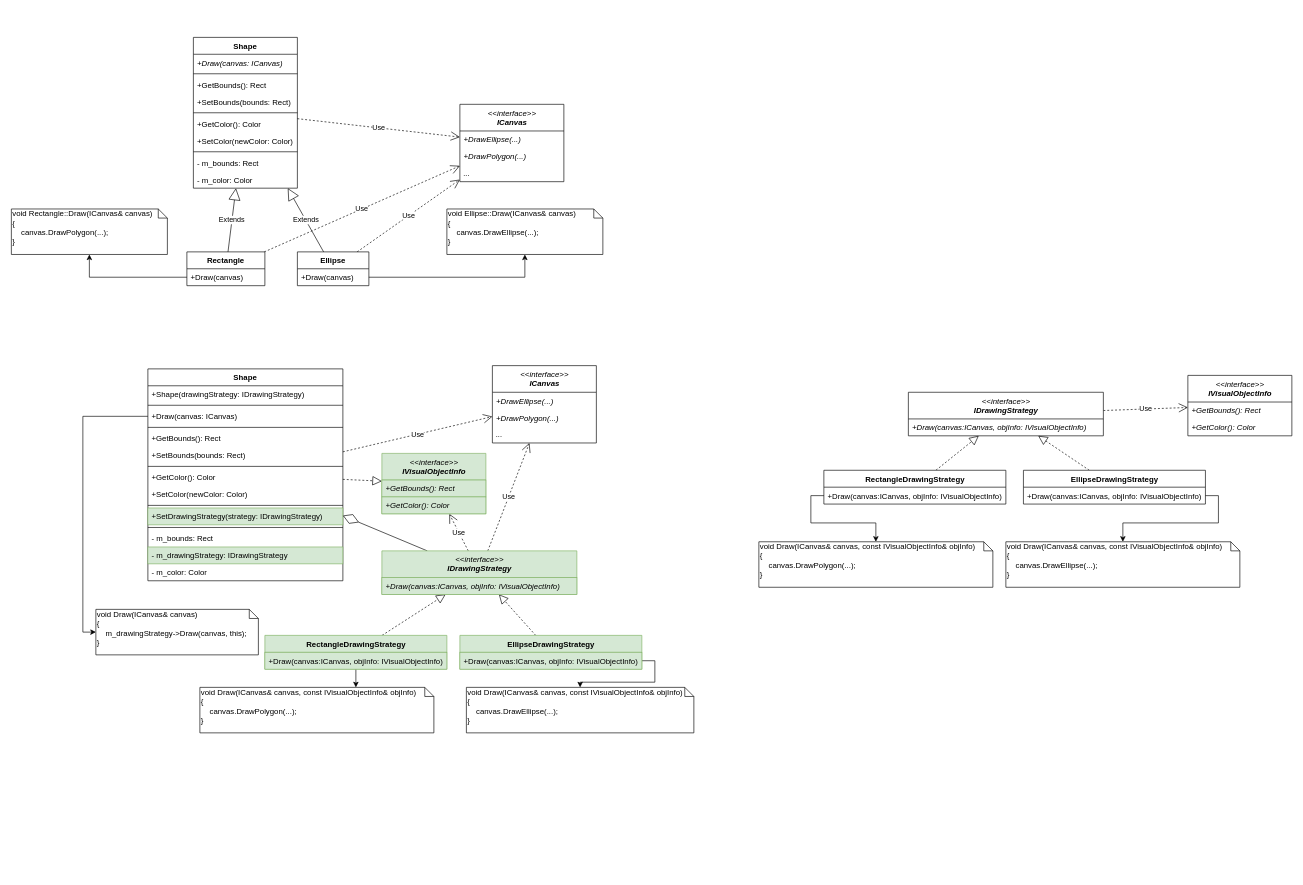
This is lectures/01.strategy/shapes.drawio from alexey-malov/ood, a draw.io file, before an edit. Source tidied: cells renumbered, new cells numbered last; positions are measured from the earlier drawing's top-left corner, leaving out a move shared by most shapes. Both pictures are drawn from the tidied source at 65%, with x=0, y=0 at pixel (11, 37).
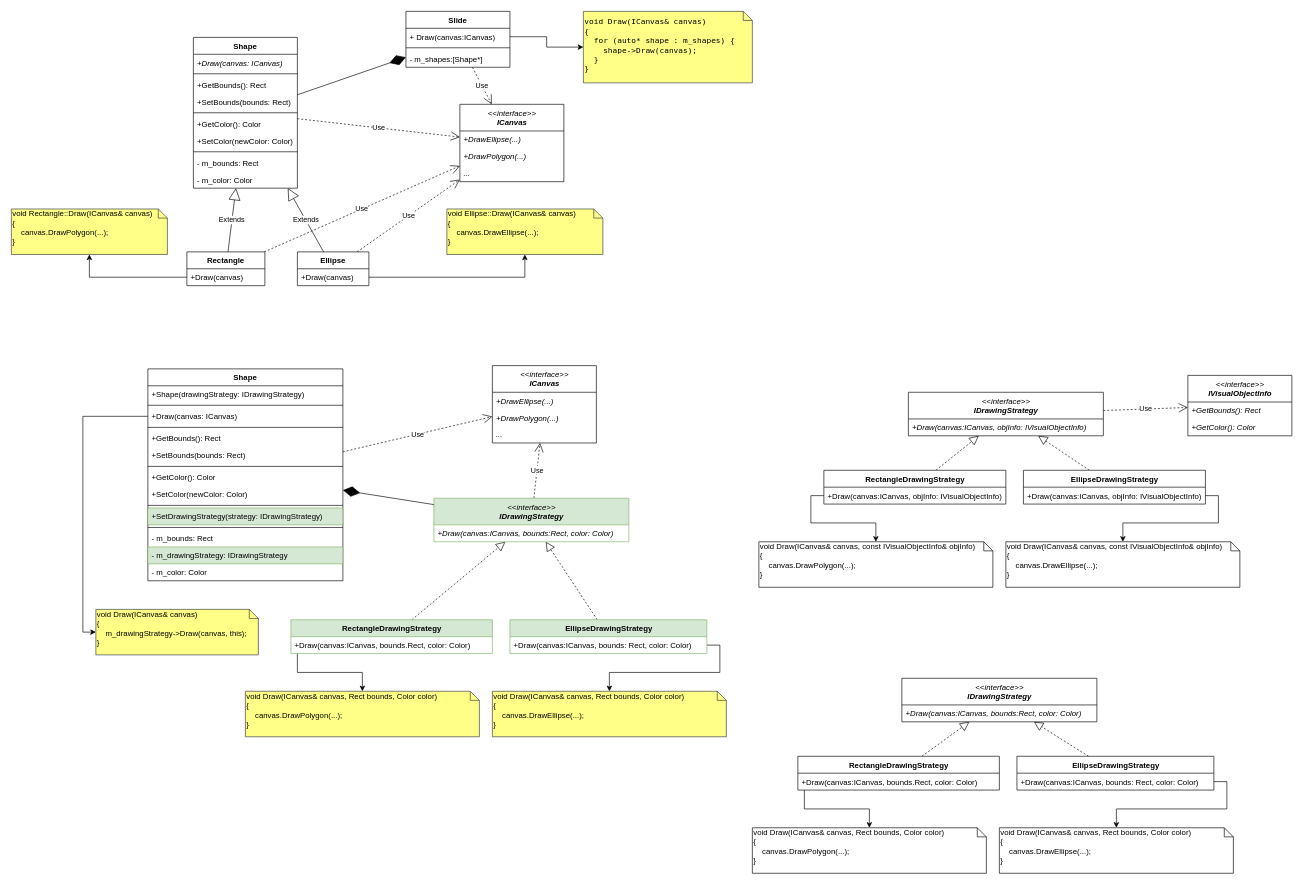
After the change.

Unchanged cells that the change refers to:
```xml
<mxCell id="11" value="Shape" style="swimlane;fontStyle=1;align=center;verticalAlign=top;horizontal=1;startSize=26;" parent="1" vertex="1">
  <mxGeometry x="210" y="510" width="300" height="326" as="geometry" />
</mxCell>
<mxCell id="28" value="&lt;i&gt;&lt;span style=&quot;font-weight: normal&quot;&gt;&amp;lt;&amp;lt;interface&amp;gt;&amp;gt;&lt;/span&gt;&lt;br&gt;ICanvas&lt;/i&gt;" style="swimlane;fontStyle=1;align=center;verticalAlign=top;horizontal=1;startSize=41;html=1;" parent="1" vertex="1">
  <mxGeometry x="690" y="103" width="160" height="119" as="geometry" />
</mxCell>
<mxCell id="32" value="Shape" style="swimlane;fontStyle=1;align=center;verticalAlign=top;horizontal=1;startSize=26;" parent="1" vertex="1">
  <mxGeometry x="280" width="160" height="232" as="geometry" />
</mxCell>
```

Diff of the diagram source:
```diff
@@
-    <mxCell id="7" value="void Ellipse::Draw(ICanvas&amp;amp; canvas)&lt;br&gt;{&lt;br&gt;&amp;nbsp; &amp;nbsp; canvas.DrawEllipse(...);&lt;br&gt;}" style="shape=note;whiteSpace=wrap;html=1;size=14;verticalAlign=top;align=left;spacingTop=-6;" parent="1" vertex="1">
+    <mxCell id="7" value="void Ellipse::Draw(ICanvas&amp;amp; canvas)&lt;br&gt;{&lt;br&gt;&amp;nbsp; &amp;nbsp; canvas.DrawEllipse(...);&lt;br&gt;}" style="shape=note;whiteSpace=wrap;html=1;size=14;verticalAlign=top;align=left;spacingTop=-6;fillColor=#ffff88;strokeColor=#36393d;" parent="1" vertex="1">
       <mxGeometry x="670" y="264" width="240" height="70" as="geometry" />
     </mxCell>
-    <mxCell id="8" value="void Rectangle::Draw(ICanvas&amp;amp; canvas)&lt;br&gt;{&lt;br&gt;&amp;nbsp; &amp;nbsp; canvas.DrawPolygon(...);&lt;br&gt;}" style="shape=note;whiteSpace=wrap;html=1;size=14;verticalAlign=top;align=left;spacingTop=-6;" parent="1" vertex="1">
+    <mxCell id="8" value="void Rectangle::Draw(ICanvas&amp;amp; canvas)&lt;br&gt;{&lt;br&gt;&amp;nbsp; &amp;nbsp; canvas.DrawPolygon(...);&lt;br&gt;}" style="shape=note;whiteSpace=wrap;html=1;size=14;verticalAlign=top;align=left;spacingTop=-6;fillColor=#ffff88;strokeColor=#36393d;" parent="1" vertex="1">
       <mxGeometry y="264" width="240" height="70" as="geometry" />
     </mxCell>
@@
-    <mxCell id="10" style="endArrow=block;dashed=1;endFill=0;endSize=12;html=1;" parent="1" edge="1" source="11" target="77">
-      <mxGeometry relative="1" as="geometry" />
-    </mxCell>
@@
-    <mxCell id="27" style="endArrow=diamondThin;endFill=0;endSize=24;html=1;" parent="1" edge="1" source="75" target="11">
-      <mxGeometry relative="1" as="geometry" />
-    </mxCell>
@@
-    <mxCell id="43" style="endArrow=block;dashed=1;endFill=0;endSize=12;html=1;" parent="1" edge="1" source="80" target="75">
-      <mxGeometry relative="1" as="geometry" />
-    </mxCell>
-    <mxCell id="44" style="endArrow=block;dashed=1;endFill=0;endSize=12;html=1;" parent="1" edge="1" source="82" target="75">
-      <mxGeometry relative="1" as="geometry" />
-    </mxCell>
@@
-    <mxCell id="52" value="Use" style="endArrow=open;endSize=12;dashed=1;html=1;" parent="1" edge="1" source="75" target="77">
-      <mxGeometry relative="1" as="geometry" />
-    </mxCell>
-    <mxCell id="53" value="void Draw(ICanvas&amp;amp; canvas, const IVisualObjectInfo&amp;amp; objInfo)&lt;br&gt;{&lt;br&gt;&amp;nbsp; &amp;nbsp; canvas.DrawPolygon(...);&lt;br&gt;}" style="shape=note;whiteSpace=wrap;html=1;size=14;verticalAlign=top;align=left;spacingTop=-6;" parent="1" vertex="1">
-      <mxGeometry x="290" y="1000" width="360" height="70" as="geometry" />
-    </mxCell>
-    <mxCell id="54" style="edgeStyle=orthogonalEdgeStyle;rounded=0;jettySize=auto;html=1;" parent="1" edge="1" source="81" target="53">
-      <mxGeometry relative="1" as="geometry">
-        <Array as="points">
-          <mxPoint x="470" y="969" />
-          <mxPoint x="470" y="1011" />
-          <mxPoint x="570" y="1011" />
-        </Array>
-      </mxGeometry>
-    </mxCell>
-    <mxCell id="55" value="void Draw(ICanvas&amp;amp; canvas, const IVisualObjectInfo&amp;amp; objInfo)&lt;br&gt;{&lt;br&gt;&amp;nbsp; &amp;nbsp; canvas.DrawEllipse(...);&lt;br&gt;}" style="shape=note;whiteSpace=wrap;html=1;size=14;verticalAlign=top;align=left;spacingTop=-6;" parent="1" vertex="1">
-      <mxGeometry x="700" y="1000" width="350" height="70" as="geometry" />
-    </mxCell>
-    <mxCell id="56" style="edgeStyle=orthogonalEdgeStyle;rounded=0;jettySize=auto;html=1;" parent="1" edge="1" source="83" target="55">
-      <mxGeometry relative="1" as="geometry" />
-    </mxCell>
@@
-    <mxCell id="58" value="void Draw(ICanvas&amp;amp; canvas)&lt;br&gt;{&lt;br&gt;&amp;nbsp; &amp;nbsp; m_drawingStrategy-&amp;gt;Draw(canvas, this);&lt;br&gt;}" style="shape=note;whiteSpace=wrap;html=1;size=14;verticalAlign=top;align=left;spacingTop=-6;" parent="1" vertex="1">
+    <mxCell id="58" value="void Draw(ICanvas&amp;amp; canvas)&lt;br&gt;{&lt;br&gt;&amp;nbsp; &amp;nbsp; m_drawingStrategy-&amp;gt;Draw(canvas, this);&lt;br&gt;}" style="shape=note;whiteSpace=wrap;html=1;size=14;verticalAlign=top;align=left;spacingTop=-6;fillColor=#ffff88;strokeColor=#36393d;" parent="1" vertex="1">
       <mxGeometry x="130" y="880" width="250" height="70" as="geometry" />
     </mxCell>
@@
-    <mxCell id="75" value="&lt;i&gt;&lt;span style=&quot;font-weight: normal&quot;&gt;&amp;lt;&amp;lt;interface&amp;gt;&amp;gt;&lt;/span&gt;&lt;br&gt;IDrawingStrategy&lt;/i&gt;" style="swimlane;fontStyle=1;align=center;verticalAlign=top;horizontal=1;startSize=41;html=1;fillColor=#d5e8d4;strokeColor=#82b366;" parent="1" vertex="1">
-      <mxGeometry x="570" y="790" width="300" height="67" as="geometry" />
-    </mxCell>
-    <mxCell id="76" value="+Draw(canvas:ICanvas, objInfo: IVisualObjectInfo)" style="text;strokeColor=#82b366;fillColor=#d5e8d4;align=left;verticalAlign=top;spacingLeft=4;spacingRight=4;overflow=hidden;fontStyle=2;" parent="75" vertex="1">
-      <mxGeometry y="41" width="300" height="26" as="geometry" />
-    </mxCell>
-    <mxCell id="77" value="&lt;i&gt;&lt;span style=&quot;font-weight: normal&quot;&gt;&amp;lt;&amp;lt;interface&amp;gt;&amp;gt;&lt;/span&gt;&lt;br&gt;IVisualObjectInfo&lt;/i&gt;" style="swimlane;fontStyle=1;align=center;verticalAlign=top;horizontal=1;startSize=41;html=1;fillColor=#d5e8d4;strokeColor=#82b366;" parent="1" vertex="1">
-      <mxGeometry x="570" y="640" width="160" height="93" as="geometry" />
-    </mxCell>
-    <mxCell id="78" value="+GetBounds(): Rect" style="text;strokeColor=#82b366;fillColor=#d5e8d4;align=left;verticalAlign=top;spacingLeft=4;spacingRight=4;overflow=hidden;fontStyle=2;" parent="77" vertex="1">
-      <mxGeometry y="41" width="160" height="26" as="geometry" />
-    </mxCell>
-    <mxCell id="79" value="+GetColor(): Color" style="text;strokeColor=#82b366;fillColor=#d5e8d4;align=left;verticalAlign=top;spacingLeft=4;spacingRight=4;overflow=hidden;fontStyle=2;" parent="77" vertex="1">
-      <mxGeometry y="67" width="160" height="26" as="geometry" />
-    </mxCell>
-    <mxCell id="80" value="RectangleDrawingStrategy" style="swimlane;fontStyle=1;align=center;verticalAlign=top;horizontal=1;startSize=26;html=1;fillColor=#d5e8d4;strokeColor=#82b366;" parent="1" vertex="1">
-      <mxGeometry x="390" y="920" width="280" height="52" as="geometry" />
-    </mxCell>
-    <mxCell id="81" value="+Draw(canvas:ICanvas, objInfo: IVisualObjectInfo)" style="text;strokeColor=#82b366;fillColor=#d5e8d4;align=left;verticalAlign=top;spacingLeft=4;spacingRight=4;overflow=hidden;points=[[0,0.5],[1,0.5]];portConstraint=eastwest;fontStyle=0;" parent="80" vertex="1">
-      <mxGeometry y="26" width="280" height="26" as="geometry" />
-    </mxCell>
-    <mxCell id="82" value="EllipseDrawingStrategy" style="swimlane;fontStyle=1;align=center;verticalAlign=top;horizontal=1;startSize=26;html=1;fillColor=#d5e8d4;strokeColor=#82b366;" parent="1" vertex="1">
-      <mxGeometry x="690" y="920" width="280" height="52" as="geometry" />
-    </mxCell>
-    <mxCell id="83" value="+Draw(canvas:ICanvas, objInfo: IVisualObjectInfo)" style="text;strokeColor=#82b366;fillColor=#d5e8d4;align=left;verticalAlign=top;spacingLeft=4;spacingRight=4;overflow=hidden;points=[[0,0.5],[1,0.5]];portConstraint=eastwest;fontStyle=0;" parent="82" vertex="1">
-      <mxGeometry y="26" width="280" height="26" as="geometry" />
-    </mxCell>
@@
+    <mxCell id="88" style="endArrow=block;dashed=1;endFill=0;endSize=12;html=1;" parent="1" edge="1" source="98" target="96">
+      <mxGeometry relative="1" as="geometry" />
+    </mxCell>
+    <mxCell id="89" style="endArrow=block;dashed=1;endFill=0;endSize=12;html=1;" parent="1" edge="1" source="94" target="96">
+      <mxGeometry relative="1" as="geometry" />
+    </mxCell>
+    <mxCell id="90" style="edgeStyle=orthogonalEdgeStyle;rounded=0;jettySize=auto;html=1;" parent="1" edge="1" source="95" target="93">
+      <mxGeometry relative="1" as="geometry" />
+    </mxCell>
+    <mxCell id="91" style="edgeStyle=orthogonalEdgeStyle;rounded=0;jettySize=auto;html=1;" parent="1" edge="1" source="99" target="92">
+      <mxGeometry relative="1" as="geometry">
+        <Array as="points">
+          <mxPoint x="1220" y="1145" />
+          <mxPoint x="1220" y="1187" />
+          <mxPoint x="1320" y="1187" />
+        </Array>
+      </mxGeometry>
+    </mxCell>
+    <mxCell id="92" value="void Draw(ICanvas&amp;amp; canvas, Rect bounds, Color color)&lt;br&gt;{&lt;br&gt;&amp;nbsp; &amp;nbsp; canvas.DrawPolygon(...);&lt;br&gt;}" style="shape=note;whiteSpace=wrap;html=1;size=14;verticalAlign=top;align=left;spacingTop=-6;" parent="1" vertex="1">
+      <mxGeometry x="1140" y="1216" width="360" height="70" as="geometry" />
+    </mxCell>
+    <mxCell id="93" value="void Draw(ICanvas&amp;amp; canvas, Rect bounds, Color color)&lt;br&gt;{&lt;br&gt;&amp;nbsp; &amp;nbsp; canvas.DrawEllipse(...);&lt;br&gt;}" style="shape=note;whiteSpace=wrap;html=1;size=14;verticalAlign=top;align=left;spacingTop=-6;" parent="1" vertex="1">
+      <mxGeometry x="1520" y="1216" width="360" height="70" as="geometry" />
+    </mxCell>
+    <mxCell id="94" value="EllipseDrawingStrategy" style="swimlane;fontStyle=1;align=center;verticalAlign=top;horizontal=1;startSize=26;html=1;" parent="1" vertex="1">
+      <mxGeometry x="1547" y="1106" width="303" height="52" as="geometry" />
+    </mxCell>
+    <mxCell id="95" value="+Draw(canvas:ICanvas, bounds: Rect, color: Color)" style="text;align=left;verticalAlign=top;spacingLeft=4;spacingRight=4;overflow=hidden;points=[[0,0.5],[1,0.5]];portConstraint=eastwest;fontStyle=0;" parent="94" vertex="1">
+      <mxGeometry y="26" width="303" height="26" as="geometry" />
+    </mxCell>
+    <mxCell id="96" value="&lt;i&gt;&lt;span style=&quot;font-weight: normal&quot;&gt;&amp;lt;&amp;lt;interface&amp;gt;&amp;gt;&lt;/span&gt;&lt;br&gt;IDrawingStrategy&lt;/i&gt;" style="swimlane;fontStyle=1;align=center;verticalAlign=top;horizontal=1;startSize=41;html=1;" parent="1" vertex="1">
+      <mxGeometry x="1370" y="986" width="300" height="67" as="geometry" />
+    </mxCell>
+    <mxCell id="97" value="+Draw(canvas:ICanvas, bounds:Rect, color: Color)" style="text;align=left;verticalAlign=top;spacingLeft=4;spacingRight=4;overflow=hidden;fontStyle=2;" parent="96" vertex="1">
+      <mxGeometry y="41" width="300" height="26" as="geometry" />
+    </mxCell>
+    <mxCell id="98" value="RectangleDrawingStrategy" style="swimlane;fontStyle=1;align=center;verticalAlign=top;horizontal=1;startSize=26;html=1;" parent="1" vertex="1">
+      <mxGeometry x="1210" y="1106" width="310" height="52" as="geometry" />
+    </mxCell>
+    <mxCell id="99" value="+Draw(canvas:ICanvas, bounds.Rect, color: Color)" style="text;align=left;verticalAlign=top;spacingLeft=4;spacingRight=4;overflow=hidden;points=[[0,0.5],[1,0.5]];portConstraint=eastwest;fontStyle=0;" parent="98" vertex="1">
+      <mxGeometry y="26" width="310" height="26" as="geometry" />
+    </mxCell>
+    <mxCell id="43" style="endArrow=block;dashed=1;endFill=0;endSize=12;html=1;" parent="1" edge="1" source="80" target="75">
+      <mxGeometry relative="1" as="geometry" />
+    </mxCell>
+    <mxCell id="44" style="endArrow=block;dashed=1;endFill=0;endSize=12;html=1;" parent="1" edge="1" source="82" target="75">
+      <mxGeometry relative="1" as="geometry" />
+    </mxCell>
+    <mxCell id="100" style="edgeStyle=orthogonalEdgeStyle;rounded=0;jettySize=auto;html=1;" parent="1" edge="1" source="104" target="103">
+      <mxGeometry relative="1" as="geometry" />
+    </mxCell>
+    <mxCell id="101" style="edgeStyle=orthogonalEdgeStyle;rounded=0;jettySize=auto;html=1;" parent="1" edge="1" source="106" target="102">
+      <mxGeometry relative="1" as="geometry">
+        <Array as="points">
+          <mxPoint x="440" y="935" />
+          <mxPoint x="440" y="977" />
+          <mxPoint x="540" y="977" />
+        </Array>
+      </mxGeometry>
+    </mxCell>
+    <mxCell id="102" value="void Draw(ICanvas&amp;amp; canvas, Rect bounds, Color color)&lt;br&gt;{&lt;br&gt;&amp;nbsp; &amp;nbsp; canvas.DrawPolygon(...);&lt;br&gt;}" style="shape=note;whiteSpace=wrap;html=1;size=14;verticalAlign=top;align=left;spacingTop=-6;fillColor=#ffff88;strokeColor=#36393d;" parent="1" vertex="1">
+      <mxGeometry x="360" y="1006" width="360" height="70" as="geometry" />
+    </mxCell>
+    <mxCell id="103" value="void Draw(ICanvas&amp;amp; canvas, Rect bounds, Color color)&lt;br&gt;{&lt;br&gt;&amp;nbsp; &amp;nbsp; canvas.DrawEllipse(...);&lt;br&gt;}" style="shape=note;whiteSpace=wrap;html=1;size=14;verticalAlign=top;align=left;spacingTop=-6;fillColor=#ffff88;strokeColor=#36393d;" parent="1" vertex="1">
+      <mxGeometry x="740" y="1006" width="360" height="70" as="geometry" />
+    </mxCell>
+    <mxCell id="82" value="EllipseDrawingStrategy" style="swimlane;fontStyle=1;align=center;verticalAlign=top;horizontal=1;startSize=26;html=1;fillColor=#d5e8d4;strokeColor=#82b366;" parent="1" vertex="1">
+      <mxGeometry x="767" y="896" width="303" height="52" as="geometry" />
+    </mxCell>
+    <mxCell id="104" value="+Draw(canvas:ICanvas, bounds: Rect, color: Color)" style="text;align=left;verticalAlign=top;spacingLeft=4;spacingRight=4;overflow=hidden;points=[[0,0.5],[1,0.5]];portConstraint=eastwest;fontStyle=0;" parent="82" vertex="1">
+      <mxGeometry y="26" width="303" height="26" as="geometry" />
+    </mxCell>
+    <mxCell id="75" value="&lt;i&gt;&lt;span style=&quot;font-weight: normal&quot;&gt;&amp;lt;&amp;lt;interface&amp;gt;&amp;gt;&lt;/span&gt;&lt;br&gt;IDrawingStrategy&lt;/i&gt;" style="swimlane;fontStyle=1;align=center;verticalAlign=top;horizontal=1;startSize=41;html=1;fillColor=#d5e8d4;strokeColor=#82b366;" parent="1" vertex="1">
+      <mxGeometry x="650" y="709" width="300" height="67" as="geometry" />
+    </mxCell>
+    <mxCell id="105" value="+Draw(canvas:ICanvas, bounds:Rect, color: Color)" style="text;align=left;verticalAlign=top;spacingLeft=4;spacingRight=4;overflow=hidden;fontStyle=2;" parent="75" vertex="1">
+      <mxGeometry y="41" width="300" height="26" as="geometry" />
+    </mxCell>
+    <mxCell id="80" value="RectangleDrawingStrategy" style="swimlane;fontStyle=1;align=center;verticalAlign=top;horizontal=1;startSize=26;html=1;fillColor=#d5e8d4;strokeColor=#82b366;" parent="1" vertex="1">
+      <mxGeometry x="430" y="896" width="310" height="52" as="geometry" />
+    </mxCell>
+    <mxCell id="106" value="+Draw(canvas:ICanvas, bounds.Rect, color: Color)" style="text;align=left;verticalAlign=top;spacingLeft=4;spacingRight=4;overflow=hidden;points=[[0,0.5],[1,0.5]];portConstraint=eastwest;fontStyle=0;" parent="80" vertex="1">
+      <mxGeometry y="26" width="310" height="26" as="geometry" />
+    </mxCell>
+    <mxCell id="27" style="endArrow=diamondThin;endFill=1;endSize=24;html=1;rounded=0;" parent="1" edge="1" source="75" target="11">
+      <mxGeometry relative="1" as="geometry" />
+    </mxCell>
+    <mxCell id="107" value="Slide" style="swimlane;fontStyle=1;align=center;verticalAlign=top;horizontal=1;startSize=26;whiteSpace=wrap;html=1;" parent="1" vertex="1">
+      <mxGeometry x="607" y="-40" width="160" height="86" as="geometry" />
+    </mxCell>
+    <mxCell id="108" value="+ Draw(canvas:ICanvas)" style="text;strokeColor=none;fillColor=none;align=left;verticalAlign=top;spacingLeft=4;spacingRight=4;overflow=hidden;points=[[0,0.5],[1,0.5]];portConstraint=eastwest;whiteSpace=wrap;html=1;" parent="107" vertex="1">
+      <mxGeometry y="26" width="160" height="26" as="geometry" />
+    </mxCell>
+    <mxCell id="109" style="line;strokeWidth=1;fillColor=none;align=left;verticalAlign=middle;spacingTop=-1;spacingLeft=3;spacingRight=3;labelPosition=right;strokeColor=inherit;" parent="107" vertex="1">
+      <mxGeometry y="52" width="160" height="8" as="geometry" />
+    </mxCell>
+    <mxCell id="110" value="- m_shapes:[Shape*]" style="text;strokeColor=none;fillColor=none;align=left;verticalAlign=top;spacingLeft=4;spacingRight=4;overflow=hidden;whiteSpace=wrap;html=1;" parent="107" vertex="1">
+      <mxGeometry y="60" width="160" height="26" as="geometry" />
+    </mxCell>
+    <mxCell id="111" style="endArrow=diamondThin;endFill=1;endSize=24;html=1;rounded=0;" parent="1" edge="1" source="32" target="107">
+      <mxGeometry relative="1" as="geometry" />
+    </mxCell>
+    <mxCell id="52" value="Use" style="endArrow=open;endSize=12;dashed=1;html=1;rounded=0;" parent="1" edge="1" source="107" target="28">
+      <mxGeometry relative="1" as="geometry" />
+    </mxCell>
+    <mxCell id="112" value="void Draw(ICanvas&amp;amp; canvas)&lt;br&gt;{&lt;br&gt;&amp;nbsp; for (auto* shape : m_shapes) {&lt;div&gt;&amp;nbsp; &amp;nbsp; shape-&amp;gt;Draw(canvas);&lt;/div&gt;&lt;div&gt;&amp;nbsp; }&lt;br&gt;}&lt;/div&gt;" style="shape=note;whiteSpace=wrap;html=1;size=14;verticalAlign=middle;align=left;spacingTop=-6;fillColor=#ffff88;strokeColor=#36393d;fontFamily=Lucida Console;" parent="1" vertex="1">
+      <mxGeometry x="880" y="-40" width="260" height="110" as="geometry" />
+    </mxCell>
+    <mxCell id="113" style="edgeStyle=orthogonalEdgeStyle;rounded=0;jettySize=auto;html=1;entryX=0;entryY=0.5;entryDx=0;entryDy=0;entryPerimeter=0;" parent="1" edge="1" source="108" target="112">
+      <mxGeometry relative="1" as="geometry" />
+    </mxCell>
```
